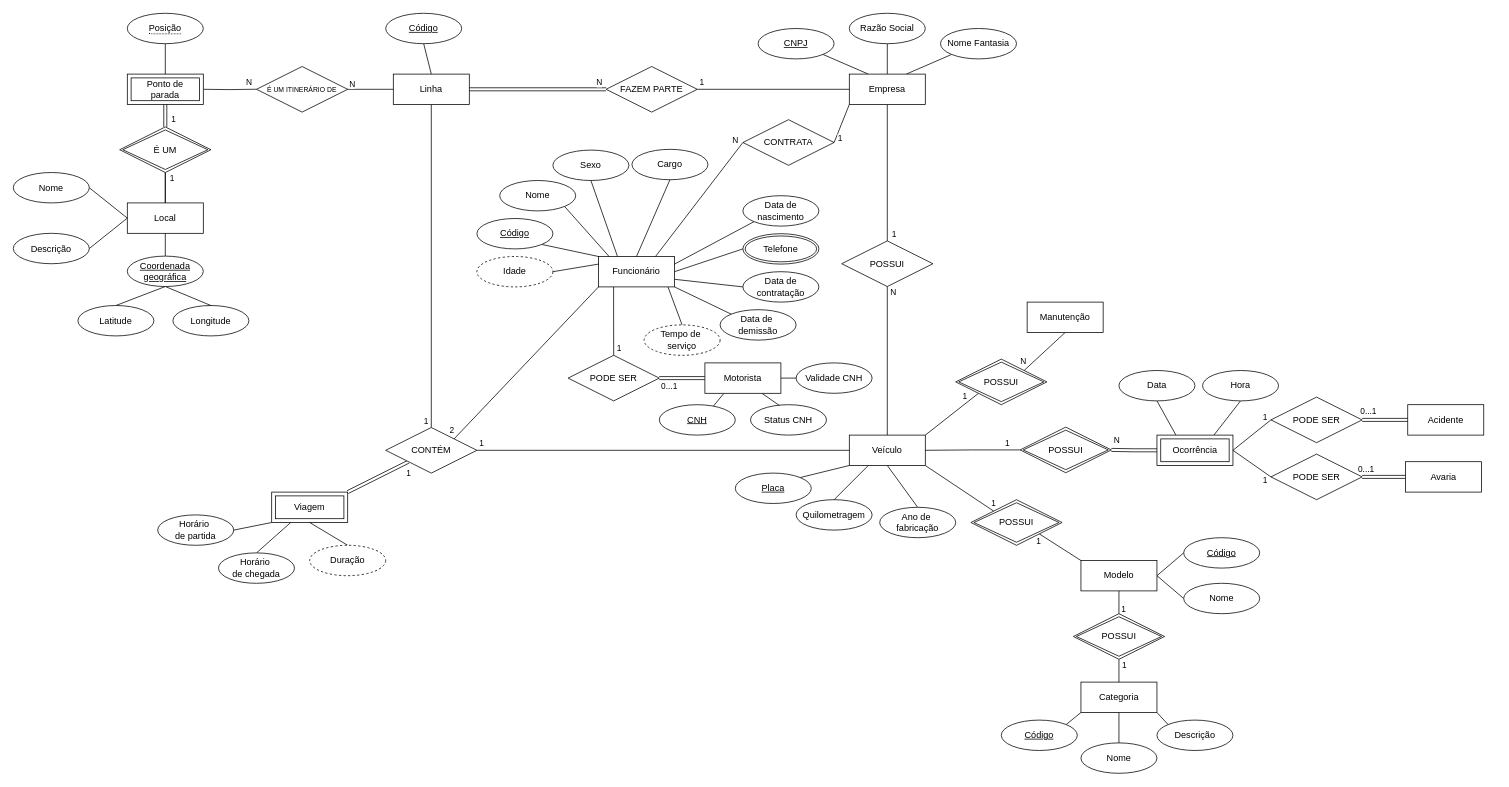
This is drawio/conceptual_model.drawio from gscolombo/Projeto---BD, a draw.io file, before an edit. Source tidied: cells renumbered, new cells numbered last; positions are measured from the earlier drawing's top-left corner, leaving out a move shared by most shapes. Both pictures are drawn from the tidied source at 76%, with x=0, y=0 at pixel (13, 13).
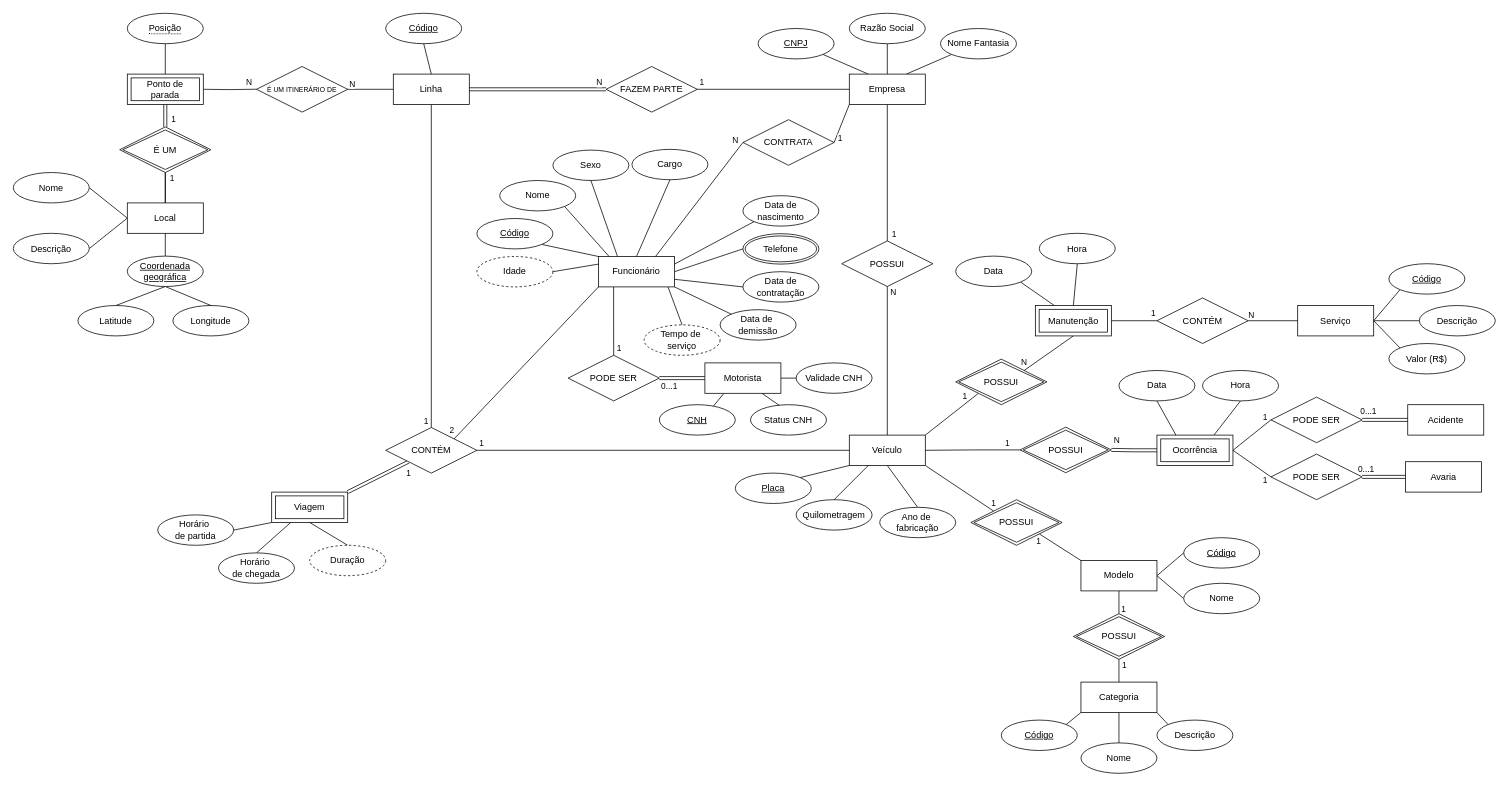
The same page after the edit.

Commit message:
Inclusão de atributos e relacionamento de manutenção e serviço

Unchanged cells that the change refers to:
```xml
<mxCell id="158" value="POSSUI" style="shape=rhombus;double=1;perimeter=rhombusPerimeter;whiteSpace=wrap;html=1;align=center;" parent="1" vertex="1">
  <mxGeometry x="1240" y="455" width="120" height="60" as="geometry" />
</mxCell>
```

Change to the diagram source:
```diff
@@
-    <mxCell id="156" style="rounded=0;jettySize=auto;html=1;exitX=1;exitY=0;exitDx=0;exitDy=0;entryX=0.5;entryY=1;entryDx=0;entryDy=0;endArrow=none;endFill=0;" parent="1" edge="1" source="158" target="159">
-      <mxGeometry relative="1" as="geometry" />
+    <mxCell id="156" style="rounded=0;jettySize=auto;html=1;exitX=1;exitY=0;exitDx=0;exitDy=0;entryX=0.5;entryY=1;entryDx=0;entryDy=0;endArrow=none;endFill=0;" parent="1" edge="1" source="158">
+      <mxGeometry relative="1" as="geometry">
+        <mxPoint x="1394.8" y="424.5" as="targetPoint" />
+      </mxGeometry>
     </mxCell>
@@
+    <mxCell id="160" style="rounded=0;jettySize=auto;html=1;exitX=0.25;exitY=0;exitDx=0;exitDy=0;entryX=1;entryY=1;entryDx=0;entryDy=0;endArrow=none;endFill=0;" parent="1" edge="1" target="167">
+      <mxGeometry relative="1" as="geometry">
+        <mxPoint x="1369.8" y="384.5" as="sourcePoint" />
+      </mxGeometry>
+    </mxCell>
+    <mxCell id="161" style="rounded=0;jettySize=auto;html=1;exitX=0.5;exitY=0;exitDx=0;exitDy=0;entryX=0.5;entryY=1;entryDx=0;entryDy=0;endArrow=none;endFill=0;" parent="1" edge="1" target="166">
+      <mxGeometry relative="1" as="geometry">
+        <mxPoint x="1394.8" y="384.5" as="sourcePoint" />
+      </mxGeometry>
+    </mxCell>
+    <mxCell id="162" style="rounded=0;jettySize=auto;html=1;exitX=1;exitY=0.5;exitDx=0;exitDy=0;entryX=0;entryY=0.5;entryDx=0;entryDy=0;endArrow=none;endFill=0;" parent="1" edge="1" target="170">
+      <mxGeometry relative="1" as="geometry">
+        <mxPoint x="1444.8" y="404.5" as="sourcePoint" />
+      </mxGeometry>
+    </mxCell>
+    <mxCell id="163" value="1" style="edgeLabel;html=1;align=center;verticalAlign=middle;" parent="162" vertex="1">
+      <mxGeometry x="0.56" y="1" relative="1" as="geometry">
+        <mxPoint x="8" y="-9" as="offset" />
+      </mxGeometry>
+    </mxCell>
+    <mxCell id="164" style="rounded=0;jettySize=auto;html=1;exitX=1;exitY=0.5;exitDx=0;exitDy=0;entryX=0;entryY=1;entryDx=0;entryDy=0;endArrow=none;endFill=0;" parent="1" edge="1" source="165" target="171">
+      <mxGeometry relative="1" as="geometry" />
+    </mxCell>
+    <mxCell id="165" value="Serviço" style="whiteSpace=wrap;html=1;align=center;" parent="1" vertex="1">
+      <mxGeometry x="1690" y="384.5" width="100" height="40" as="geometry" />
+    </mxCell>
+    <mxCell id="166" value="Hora" style="ellipse;whiteSpace=wrap;html=1;align=center;fontStyle=0;" parent="1" vertex="1">
+      <mxGeometry x="1350" y="289.5" width="100" height="40" as="geometry" />
+    </mxCell>
+    <mxCell id="167" value="Data" style="ellipse;whiteSpace=wrap;html=1;align=center;fontStyle=0;" parent="1" vertex="1">
+      <mxGeometry x="1240" y="319.5" width="100" height="40" as="geometry" />
+    </mxCell>
+    <mxCell id="168" style="rounded=0;jettySize=auto;html=1;exitX=1;exitY=0.5;exitDx=0;exitDy=0;entryX=0;entryY=0.5;entryDx=0;entryDy=0;endArrow=none;endFill=0;" parent="1" edge="1" source="170" target="165">
+      <mxGeometry relative="1" as="geometry" />
+    </mxCell>
+    <mxCell id="169" value="N" style="edgeLabel;html=1;align=center;verticalAlign=middle;" parent="168" vertex="1">
+      <mxGeometry x="-0.63" y="-1" relative="1" as="geometry">
+        <mxPoint x="-8" y="-9" as="offset" />
+      </mxGeometry>
+    </mxCell>
+    <mxCell id="170" value="CONTÉM" style="shape=rhombus;perimeter=rhombusPerimeter;whiteSpace=wrap;html=1;align=center;" parent="1" vertex="1">
+      <mxGeometry x="1504.8" y="374.5" width="120" height="60" as="geometry" />
+    </mxCell>
-    <mxCell id="159" value="Manutenção" style="whiteSpace=wrap;html=1;align=center;" parent="1" vertex="1">
-      <mxGeometry x="1334" y="380" width="100" height="40" as="geometry" />
+    <mxCell id="159" value="Manutenção" style="shape=ext;margin=3;double=1;whiteSpace=wrap;html=1;align=center;" parent="1" vertex="1">
+      <mxGeometry x="1344.8" y="384.5" width="100" height="40" as="geometry" />
     </mxCell>
+    <mxCell id="171" value="&lt;u&gt;Código&lt;/u&gt;" style="ellipse;whiteSpace=wrap;html=1;align=center;fontStyle=0;" parent="1" vertex="1">
+      <mxGeometry x="1810" y="329.5" width="100" height="40" as="geometry" />
+    </mxCell>
+    <mxCell id="172" value="Descrição" style="ellipse;whiteSpace=wrap;html=1;align=center;fontStyle=0;" parent="1" vertex="1">
+      <mxGeometry x="1850" y="384.5" width="100" height="40" as="geometry" />
+    </mxCell>
+    <mxCell id="173" value="Valor (R$)" style="ellipse;whiteSpace=wrap;html=1;align=center;fontStyle=0;" parent="1" vertex="1">
+      <mxGeometry x="1810" y="434.5" width="100" height="40" as="geometry" />
+    </mxCell>
+    <mxCell id="174" style="rounded=0;jettySize=auto;html=1;exitX=1;exitY=0.5;exitDx=0;exitDy=0;entryX=0;entryY=0.5;entryDx=0;entryDy=0;endArrow=none;endFill=0;" parent="1" edge="1" source="165" target="172">
+      <mxGeometry relative="1" as="geometry" />
+    </mxCell>
+    <mxCell id="175" style="rounded=0;jettySize=auto;html=1;exitX=1;exitY=0.5;exitDx=0;exitDy=0;entryX=0;entryY=0;entryDx=0;entryDy=0;endArrow=none;endFill=0;" parent="1" edge="1" source="165" target="173">
+      <mxGeometry relative="1" as="geometry" />
+    </mxCell>
```
